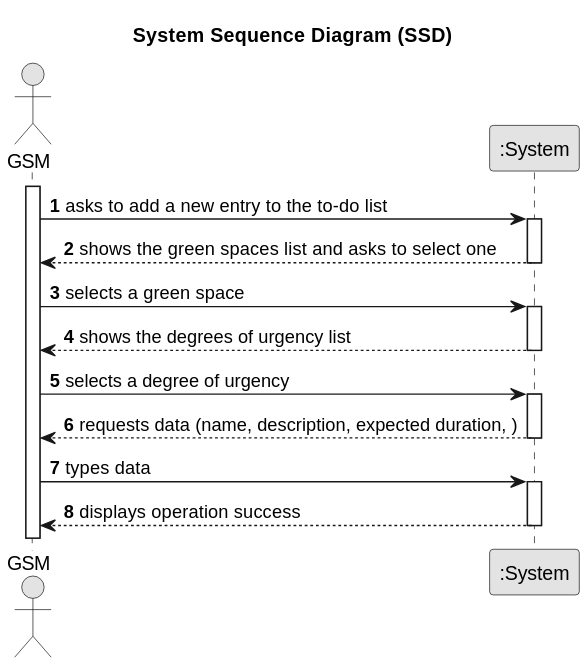
This is docs/sprintC/us021/01.requirements-engineering/svg/us021-system-sequence-diagram.svg from Departamento-de-Engenharia-Informatica/lei-24-s2-1do-g164, a PlantUML export, as it was before one commit. Source of this version:
```plantuml
@startuml
skinparam monochrome true
skinparam packageStyle rectangle
skinparam shadowing false

title System Sequence Diagram (SSD)

autonumber

actor "GSM" as Employee
participant ":System" as System

activate Employee

    Employee -> System : asks to add a new entry to the to-do list
    activate System

        System --> Employee : shows the green spaces list and asks to select one
    deactivate System

    Employee -> System : selects a green space
    activate System

System --> Employee : shows the degrees of urgency list
    deactivate System

    Employee -> System : selects a degree of urgency
        activate System

    System --> Employee : requests data (name, description, expected duration, )
    deactivate System

    Employee -> System : types data
    activate System

    System --> Employee : displays operation success
    deactivate System
@enduml
```
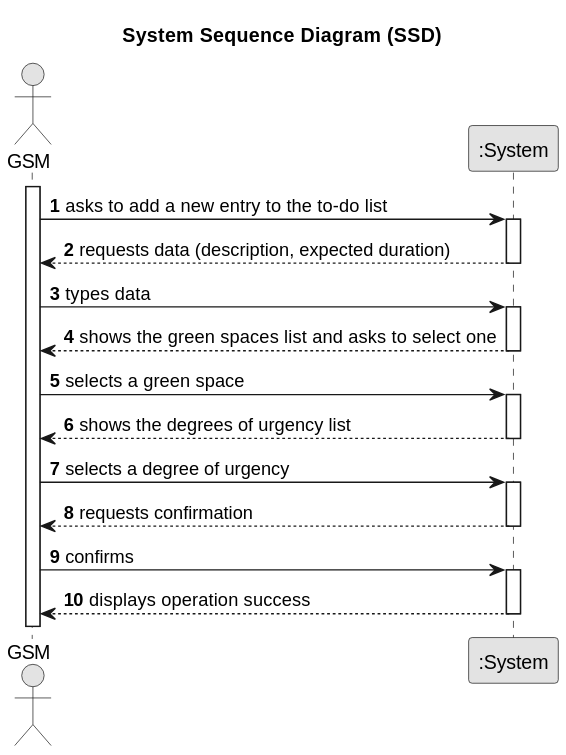
The same diagram one commit later.

The edit, as a diff of the source:
```diff
@@ -15,6 +15,12 @@
     Employee -> System : asks to add a new entry to the to-do list
     activate System
 
+    System --> Employee : requests data (description, expected duration)
+    deactivate System
+
+    Employee -> System : types data
+    activate System
+
         System --> Employee : shows the green spaces list and asks to select one
     deactivate System
 
@@ -27,11 +33,12 @@
     Employee -> System : selects a degree of urgency
         activate System
 
-    System --> Employee : requests data (name, description, expected duration, )
-    deactivate System
+        System --> Employee : requests confirmation
+            deactivate System
 
-    Employee -> System : types data
-    activate System
+            Employee -> System : confirms
+                activate System
+
 
     System --> Employee : displays operation success
     deactivate System
```
